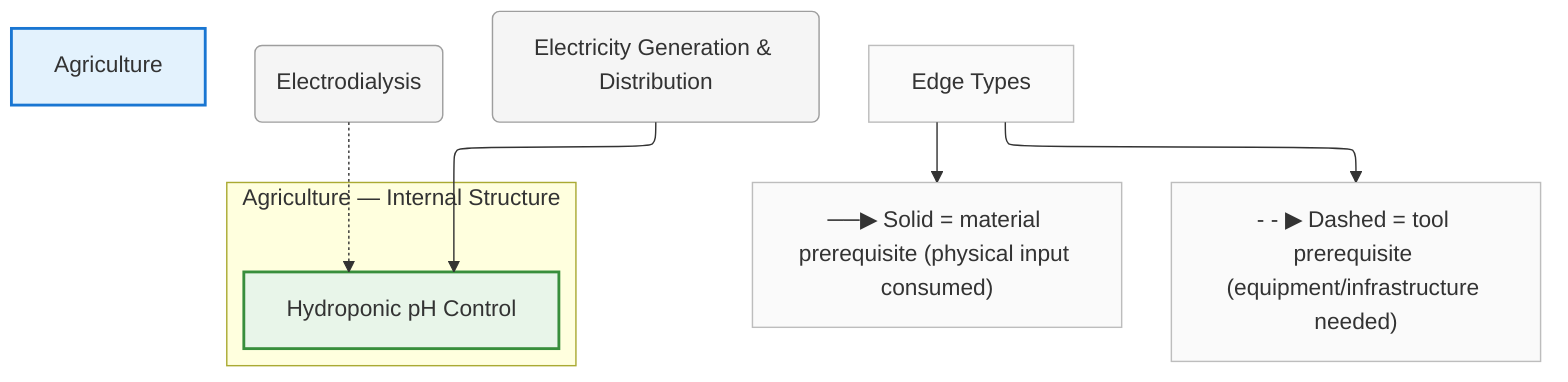
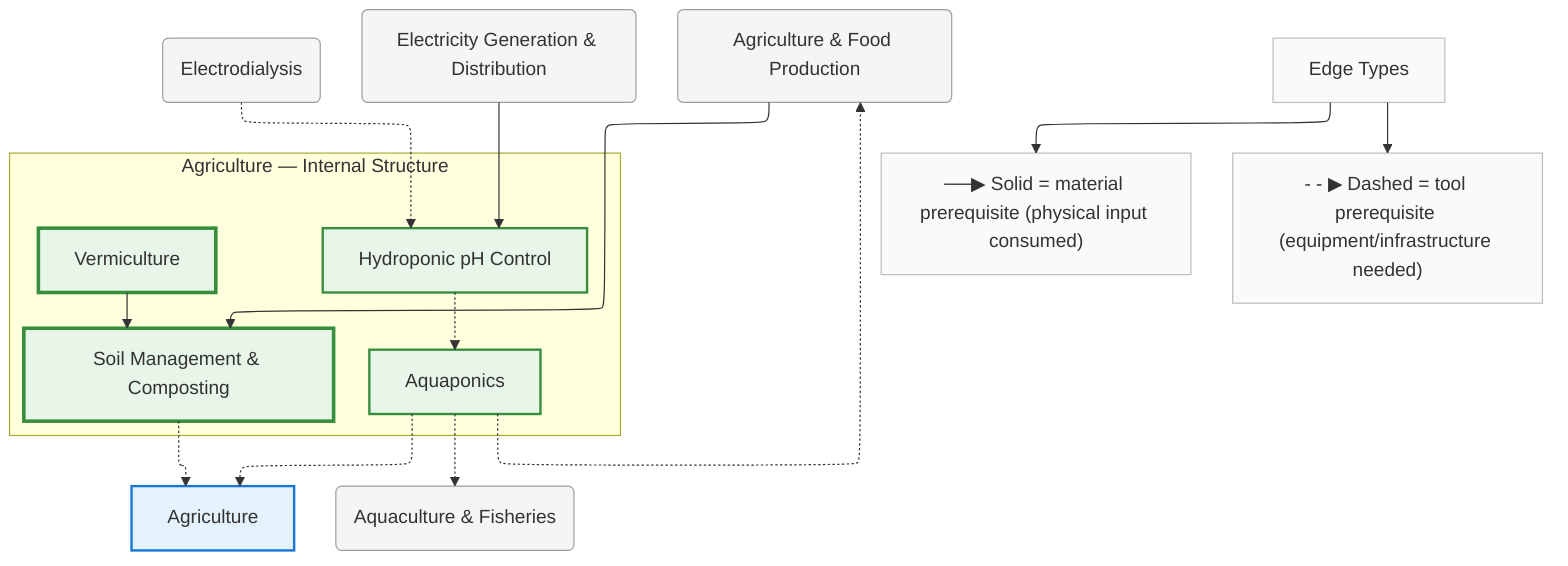
%%{init: {"flowchart": {"defaultRenderer": "elk", "htmlLabels": true}}}%%
graph TD
    %% Domain: Agriculture

    %% ==================== INTERNAL NODES ====================
    subgraph agriculture_internal ["Agriculture — Internal Structure"]
        direction TB
        agriculture_hydroponic-ph-control["Hydroponic pH Control"]
+         agriculture_soil-management["Soil Management & Composting"]
+         agriculture_soil-management_vermiculture["Vermiculture"]
+         agriculture_aquaponics["Aquaponics"]
    end

    %% ==================== DOMAIN NODE ====================
    agriculture["Agriculture"]

    %% ==================== EXTERNAL DEPENDENCIES ====================
+     animals_aquaculture("Aquaculture & Fisheries")
    chemistry_electrodialysis("Electrodialysis")
    energy_electricity("Electricity Generation & Distribution")
+     foundations_food-agriculture("Agriculture & Food Production")

    %% ==================== EDGES ====================
+     agriculture_soil-management -.-> agriculture
+     agriculture_soil-management_vermiculture --> agriculture_soil-management
+     agriculture_aquaponics -.-> agriculture
+     agriculture_hydroponic-ph-control -.-> agriculture_aquaponics
    energy_electricity --> agriculture_hydroponic-ph-control
    chemistry_electrodialysis -.-> agriculture_hydroponic-ph-control
+     foundations_food-agriculture --> agriculture_soil-management
+     agriculture_aquaponics -.-> animals_aquaculture
+     agriculture_aquaponics -.-> foundations_food-agriculture

    %% ==================== EDGE TYPE LEGEND ====================
    EdgeLegend["Edge Types"]
    EdgeLegend --> MatNote["──▶ Solid = material prerequisite (physical input consumed)"]
    EdgeLegend --> ToolNote["- - ▶ Dashed = tool prerequisite (equipment/infrastructure needed)"]

    %% ==================== STYLING ====================
    classDef domain fill:#e3f2fd,stroke:#1976d2,stroke-width:2px
    classDef capability fill:#e8f5e9,stroke:#388e3c,stroke-width:2px
    classDef process fill:#fff3e0,stroke:#f57c00,stroke-width:2px
    classDef critical fill:#fff3e0,stroke:#f57c00,stroke-width:3px
    classDef earlyWin fill:#e8f5e9,stroke:#388e3c,stroke-width:3px
    classDef pinnacle fill:#fce4ec,stroke:#c62828,stroke-width:3px
    classDef external fill:#f5f5f5,stroke:#9e9e9e,stroke-width:1px
    classDef legend fill:#fafafa,stroke:#bdbdbd,stroke-width:1px
    class agriculture domain
    class agriculture_hydroponic-ph-control capability
+     class agriculture_soil-management earlyWin
+     class agriculture_soil-management_vermiculture earlyWin
+     class agriculture_aquaponics capability
+     class animals_aquaculture external
    class chemistry_electrodialysis external
    class energy_electricity external
+     class foundations_food-agriculture external
    class EdgeLegend,MatNote,ToolNote legend
